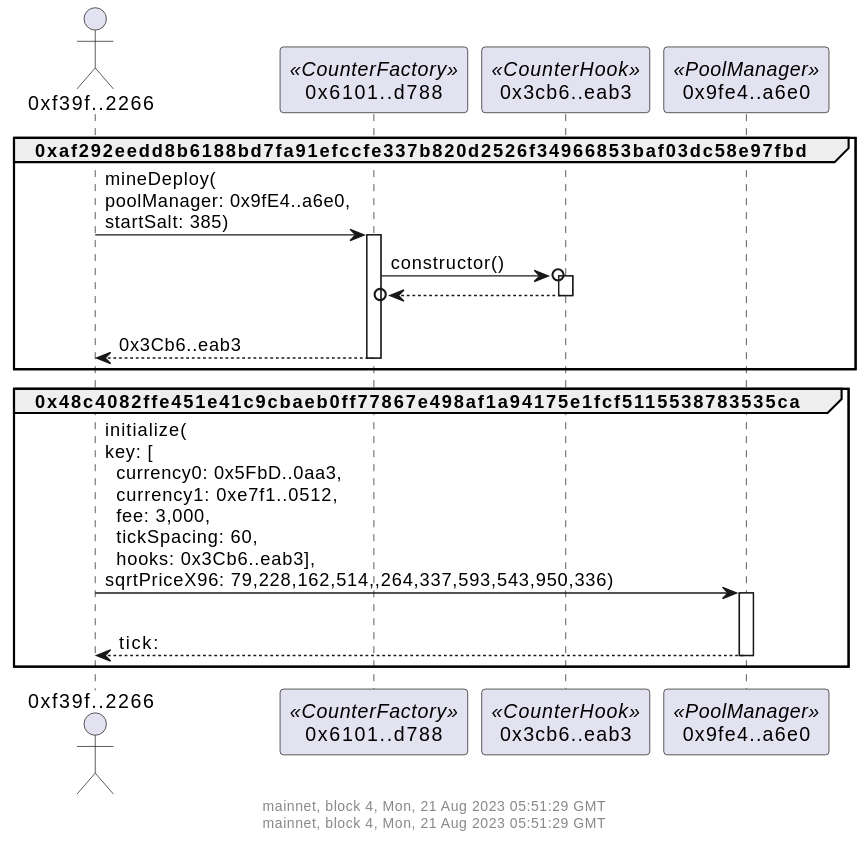
Above: docs/counterSetup.svg in naddison36/uniswap-v4-hooks (PlantUML), before the change.
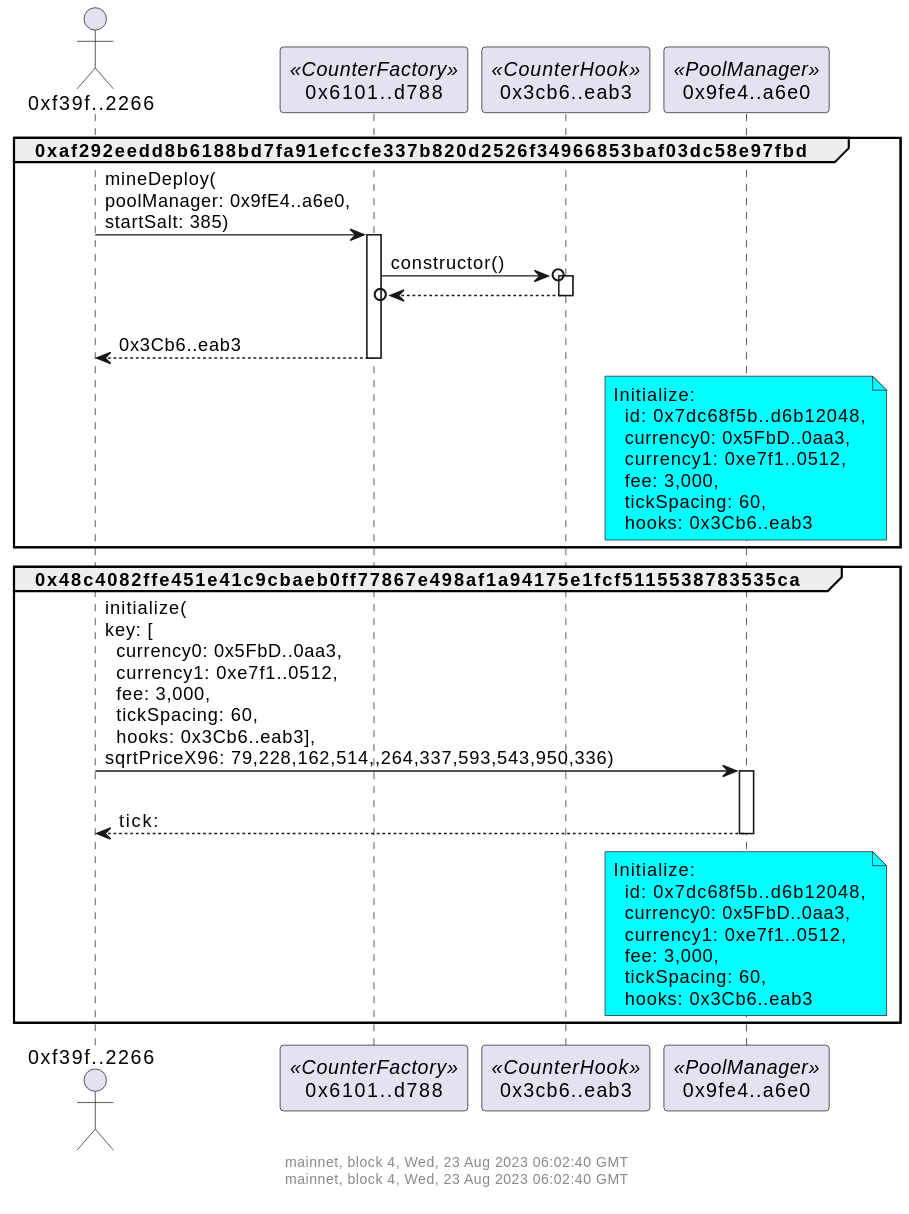
Above is the later version.

What changed in the source:
```diff
@@ -1,7 +1,7 @@
 @startuml
 footer
-mainnet, block 4, Mon, 21 Aug 2023 05:51:29 GMT
-mainnet, block 4, Mon, 21 Aug 2023 05:51:29 GMT
+mainnet, block 4, Wed, 23 Aug 2023 06:02:40 GMT
+mainnet, block 4, Wed, 23 Aug 2023 06:02:40 GMT
 
 endfooter
 actor "0xf39f..2266" as f39f2266
@@ -17,11 +17,31 @@
 return
 return\n0x3Cb6..eab3
 
+note over 9fe4a6e0 #aqua
+Initialize:
+  id: 0x7dc68f5b..d6b12048,
+  currency0: 0x5FbD..0aa3,
+  currency1: 0xe7f1..0512,
+  fee: 3,000,
+  tickSpacing: 60,
+  hooks: 0x3Cb6..eab3
+end note
+
 end
 group 0x48c4082ffe451e41c9cbaeb0ff77867e498af1a94175e1fcf5115538783535ca
 f39f2266 -> 9fe4a6e0: initialize(\nkey: [\n  currency0: 0x5FbD..0aa3,\n  currency1: 0xe7f1..0512,\n  fee: 3,000,\n  tickSpacing: 60,\n  hooks: 0x3Cb6..eab3],\nsqrtPriceX96: 79,228,162,514,,264,337,593,543,950,336)
 activate 9fe4a6e0
 return\ntick:
 
+note over 9fe4a6e0 #aqua
+Initialize:
+  id: 0x7dc68f5b..d6b12048,
+  currency0: 0x5FbD..0aa3,
+  currency1: 0xe7f1..0512,
+  fee: 3,000,
+  tickSpacing: 60,
+  hooks: 0x3Cb6..eab3
+end note
+
 end
 @enduml
```
